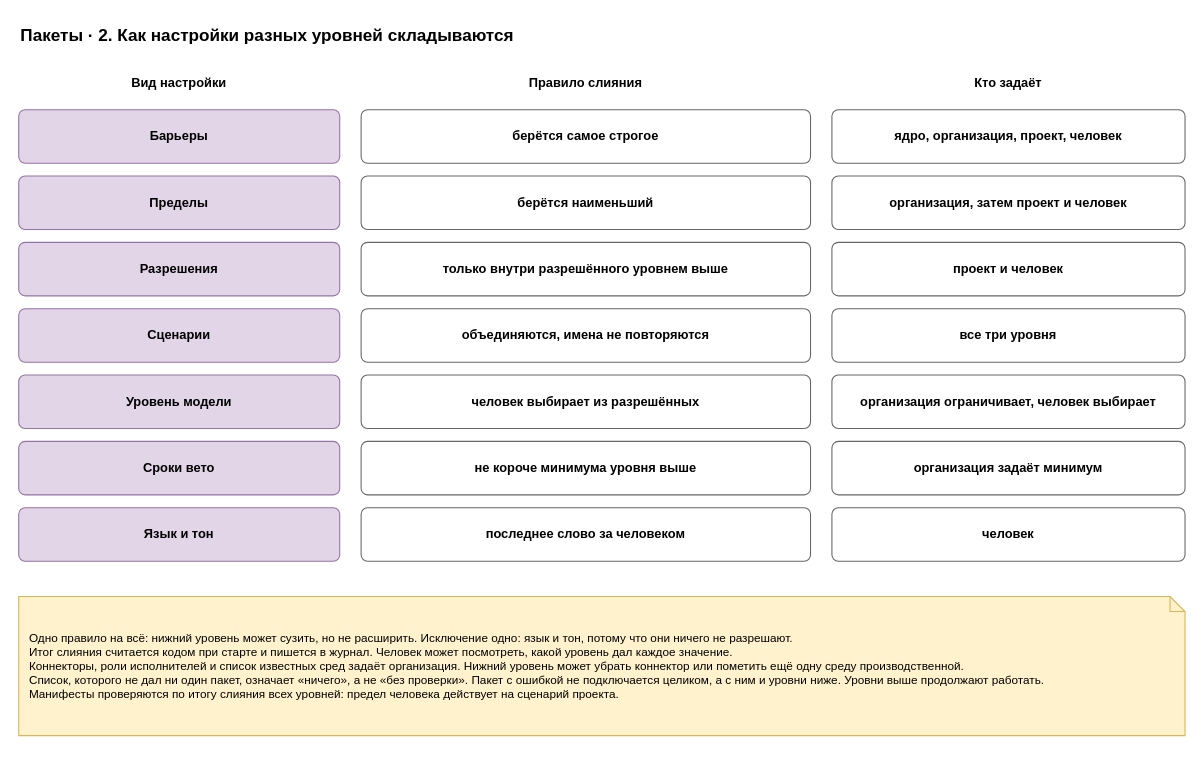
roygkov/reins keeps this draw.io diagram as page "2. Наложение" (2 of 5) of docs/spec/harness-packs.drawio. Above is the earlier version. Source tidied: cells renumbered, new cells numbered last; positions are measured from the earlier drawing's top-left corner, leaving out a move shared by most shapes. Both pictures are drawn from the tidied source at 107%, with x=0, y=0 at pixel (18, 18).
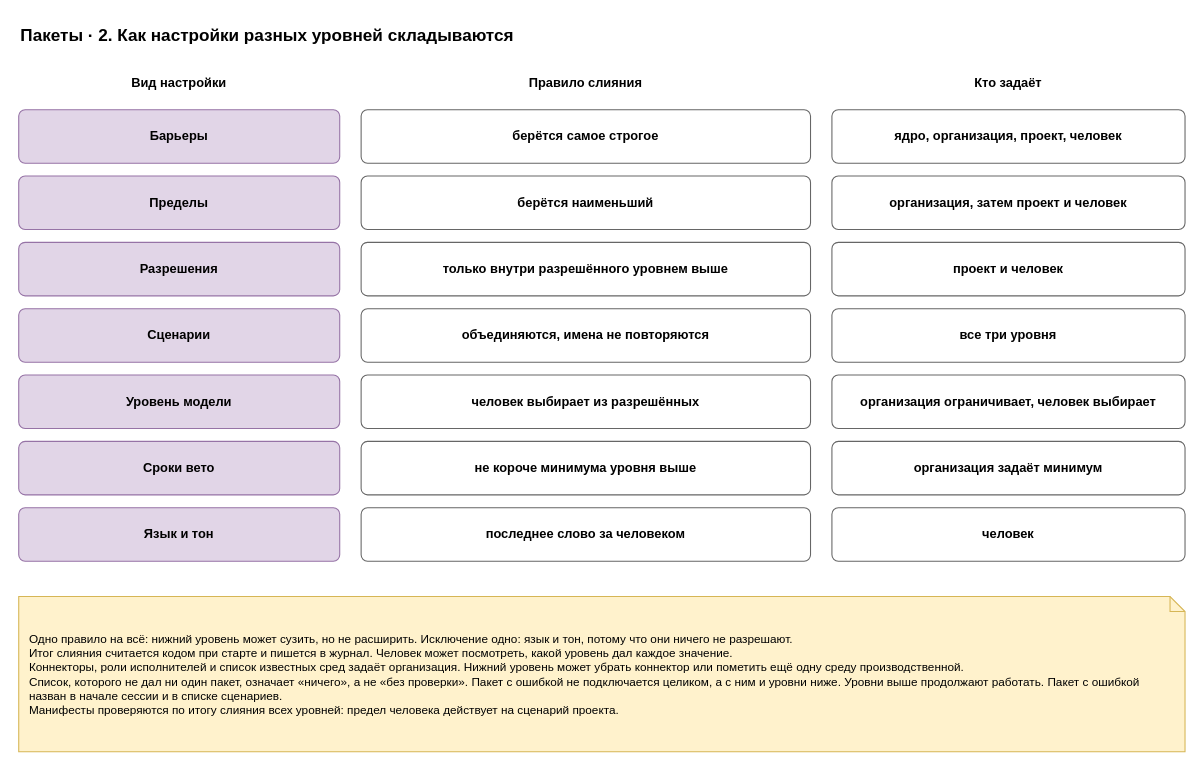
After the change.

The edit, as a diff of the source:
```diff
@@
-    <mxCell id="27" value="Одно правило на всё: нижний уровень может сузить, но не расширить. Исключение одно: язык и тон, потому что они ничего не разрешают.&lt;br&gt;Итог слияния считается кодом при старте и пишется в журнал. Человек может посмотреть, какой уровень дал каждое значение.&lt;br&gt;Коннекторы, роли исполнителей и список известных сред задаёт организация. Нижний уровень может убрать коннектор или пометить ещё одну среду производственной.&lt;br&gt;Список, которого не дал ни один пакет, означает «ничего», а не «без проверки». Пакет с ошибкой не подключается целиком, а с ним и уровни ниже. Уровни выше продолжают работать.&lt;br&gt;Манифесты проверяются по итогу слияния всех уровней: предел человека действует на сценарий проекта." style="shape=note;whiteSpace=wrap;html=1;backgroundOutline=1;size=14;fillColor=#fff2cc;strokeColor=#d6b656;align=left;spacingLeft=8;spacingRight=8;fontSize=11;" parent="1" vertex="1">
-      <mxGeometry y="540" width="1090" height="130" as="geometry" />
+    <mxCell id="27" value="Одно правило на всё: нижний уровень может сузить, но не расширить. Исключение одно: язык и тон, потому что они ничего не разрешают.&lt;br&gt;Итог слияния считается кодом при старте и пишется в журнал. Человек может посмотреть, какой уровень дал каждое значение.&lt;br&gt;Коннекторы, роли исполнителей и список известных сред задаёт организация. Нижний уровень может убрать коннектор или пометить ещё одну среду производственной.&lt;br&gt;Список, которого не дал ни один пакет, означает «ничего», а не «без проверки». Пакет с ошибкой не подключается целиком, а с ним и уровни ниже. Уровни выше продолжают работать. Пакет с ошибкой назван в начале сессии и в списке сценариев.&lt;br&gt;Манифесты проверяются по итогу слияния всех уровней: предел человека действует на сценарий проекта." style="shape=note;whiteSpace=wrap;html=1;backgroundOutline=1;size=14;fillColor=#fff2cc;strokeColor=#d6b656;align=left;spacingLeft=8;spacingRight=8;fontSize=11;" parent="1" vertex="1">
+      <mxGeometry y="540" width="1090" height="145" as="geometry" />
     </mxCell>
```
